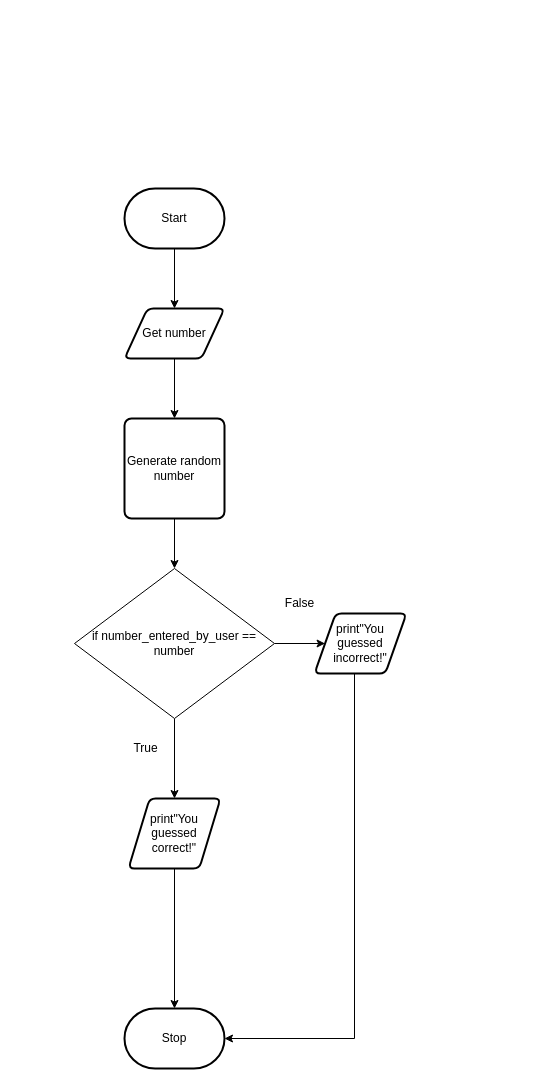
michael-clermont1/ICS3U-Unit4-01-Python keeps this draw.io diagram as flowchart.drawio. Above is the earlier version. Source tidied: cells renumbered, new cells numbered last; positions are measured from the earlier drawing's top-left corner, leaving out a move shared by most shapes. Both pictures are drawn from the tidied source at 100%, with x=0, y=0 at pixel (74, 188).
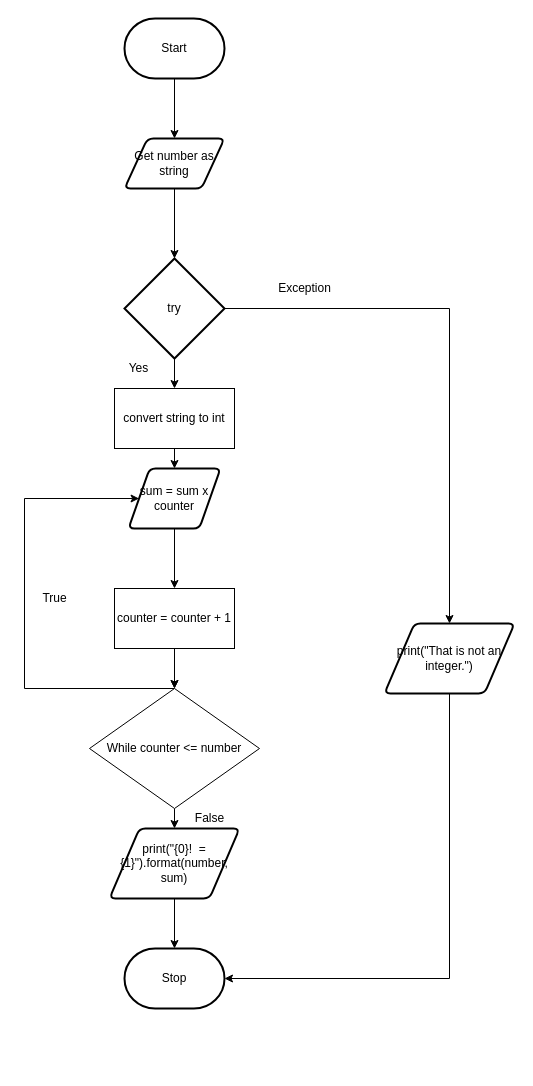
The same diagram, later.

The edit, as a diff of the source:
```diff
@@
-    <mxCell id="2" style="edgeStyle=orthogonalEdgeStyle;rounded=0;html=1;exitX=0.5;exitY=1;exitDx=0;exitDy=0;entryX=0.5;entryY=0;entryDx=0;entryDy=0;" parent="1" edge="1" source="3" target="17">
-      <mxGeometry relative="1" as="geometry" />
-    </mxCell>
+    <mxCell id="18" style="edgeStyle=orthogonalEdgeStyle;rounded=0;html=1;entryX=0.5;entryY=0;entryDx=0;entryDy=0;entryPerimeter=0;" parent="1" edge="1" source="3" target="27">
+      <mxGeometry relative="1" as="geometry" />
+    </mxCell>
-    <mxCell id="3" value="Get number" style="shape=parallelogram;html=1;strokeWidth=2;perimeter=parallelogramPerimeter;whiteSpace=wrap;rounded=1;arcSize=12;size=0.23;" parent="1" vertex="1">
-      <mxGeometry x="50" y="120" width="100" height="50" as="geometry" />
+    <mxCell id="3" value="Get number as string" style="shape=parallelogram;html=1;strokeWidth=2;perimeter=parallelogramPerimeter;whiteSpace=wrap;rounded=1;arcSize=12;size=0.23;" parent="1" vertex="1">
+      <mxGeometry x="50" y="-50" width="100" height="50" as="geometry" />
     </mxCell>
@@
     <mxCell id="5" value="Start" style="strokeWidth=2;html=1;shape=mxgraph.flowchart.terminator;whiteSpace=wrap;" parent="1" vertex="1">
-      <mxGeometry x="50" width="100" height="60" as="geometry" />
+      <mxGeometry x="50" y="-170" width="100" height="60" as="geometry" />
     </mxCell>
     <mxCell id="6" value="Stop" style="strokeWidth=2;html=1;shape=mxgraph.flowchart.terminator;whiteSpace=wrap;" parent="1" vertex="1">
-      <mxGeometry x="50" y="820" width="100" height="60" as="geometry" />
+      <mxGeometry x="50" y="760" width="100" height="60" as="geometry" />
     </mxCell>
-    <mxCell id="7" style="edgeStyle=orthogonalEdgeStyle;rounded=0;html=1;entryX=0.5;entryY=0;entryDx=0;entryDy=0;entryPerimeter=0;" parent="1" edge="1" source="8" target="6">
-      <mxGeometry relative="1" as="geometry" />
-    </mxCell>
-    <mxCell id="8" value="print&quot;You guessed correct!&quot;" style="shape=parallelogram;html=1;strokeWidth=2;perimeter=parallelogramPerimeter;whiteSpace=wrap;rounded=1;arcSize=12;size=0.23;" parent="1" vertex="1">
-      <mxGeometry x="54" y="610" width="92" height="70" as="geometry" />
-    </mxCell>
-    <mxCell id="9" style="edgeStyle=orthogonalEdgeStyle;rounded=0;html=1;entryX=1;entryY=0.5;entryDx=0;entryDy=0;entryPerimeter=0;" parent="1" edge="1" source="10" target="6">
-      <mxGeometry relative="1" as="geometry">
-        <Array as="points">
-          <mxPoint x="280" y="850" />
-        </Array>
-      </mxGeometry>
-    </mxCell>
+    <mxCell id="19" style="edgeStyle=none;html=1;entryX=0.5;entryY=0;entryDx=0;entryDy=0;" parent="1" edge="1" source="10" target="16">
+      <mxGeometry relative="1" as="geometry" />
+    </mxCell>
-    <mxCell id="10" value="print&quot;You guessed incorrect!&quot;" style="shape=parallelogram;html=1;strokeWidth=2;perimeter=parallelogramPerimeter;whiteSpace=wrap;rounded=1;arcSize=12;size=0.23;" parent="1" vertex="1">
-      <mxGeometry x="240" y="425" width="92" height="60" as="geometry" />
+    <mxCell id="10" value="sum = sum x counter" style="shape=parallelogram;html=1;strokeWidth=2;perimeter=parallelogramPerimeter;whiteSpace=wrap;rounded=1;arcSize=12;size=0.23;" parent="1" vertex="1">
+      <mxGeometry x="54" y="280" width="92" height="60" as="geometry" />
     </mxCell>
-    <mxCell id="11" style="edgeStyle=none;html=1;entryX=0.5;entryY=0;entryDx=0;entryDy=0;" parent="1" edge="1" source="13" target="8">
-      <mxGeometry relative="1" as="geometry" />
-    </mxCell>
-    <mxCell id="12" style="edgeStyle=orthogonalEdgeStyle;html=1;entryX=0;entryY=0.5;entryDx=0;entryDy=0;" parent="1" edge="1" source="13" target="10">
-      <mxGeometry relative="1" as="geometry" />
+    <mxCell id="12" style="edgeStyle=orthogonalEdgeStyle;rounded=0;html=1;entryX=0;entryY=0.5;entryDx=0;entryDy=0;" parent="1" edge="1" source="13" target="10">
+      <mxGeometry relative="1" as="geometry">
+        <Array as="points">
+          <mxPoint x="-50" y="500" />
+          <mxPoint x="-50" y="310" />
+        </Array>
+      </mxGeometry>
     </mxCell>
+    <mxCell id="20" style="edgeStyle=orthogonalEdgeStyle;rounded=0;html=1;entryX=0.5;entryY=0;entryDx=0;entryDy=0;" parent="1" edge="1" source="13" target="24">
+      <mxGeometry relative="1" as="geometry" />
+    </mxCell>
-    <mxCell id="13" value="&lt;span&gt;if number_entered_by_user == number&lt;/span&gt;" style="rhombus;whiteSpace=wrap;html=1;" parent="1" vertex="1">
-      <mxGeometry y="380" width="200" height="150" as="geometry" />
+    <mxCell id="13" value="While counter &amp;lt;= number" style="rhombus;whiteSpace=wrap;html=1;" parent="1" vertex="1">
+      <mxGeometry x="15" y="500" width="170" height="120" as="geometry" />
     </mxCell>
     <mxCell id="14" value="False" style="text;html=1;align=center;verticalAlign=middle;fillColor=none;strokeColor=none;rounded=0;" parent="1" vertex="1">
-      <mxGeometry x="200" y="405" width="50" height="20" as="geometry" />
+      <mxGeometry x="110" y="620" width="50" height="20" as="geometry" />
     </mxCell>
     <mxCell id="15" value="True" style="text;html=1;align=center;verticalAlign=middle;fillColor=none;strokeColor=none;rounded=0;" parent="1" vertex="1">
-      <mxGeometry x="51" y="550" width="40" height="20" as="geometry" />
+      <mxGeometry x="-40" y="400" width="40" height="20" as="geometry" />
     </mxCell>
+    <mxCell id="21" style="edgeStyle=none;html=1;entryX=0.5;entryY=0;entryDx=0;entryDy=0;" parent="1" edge="1" source="16" target="13">
+      <mxGeometry relative="1" as="geometry" />
+    </mxCell>
+    <mxCell id="22" style="edgeStyle=orthogonalEdgeStyle;rounded=0;html=1;" parent="1" edge="1" source="16" target="13">
+      <mxGeometry relative="1" as="geometry" />
+    </mxCell>
-    <mxCell id="16" style="edgeStyle=orthogonalEdgeStyle;rounded=0;html=1;entryX=0.5;entryY=0;entryDx=0;entryDy=0;" parent="1" edge="1" source="17" target="13">
-      <mxGeometry relative="1" as="geometry" />
+    <mxCell id="16" value="counter = counter + 1" style="rounded=0;whiteSpace=wrap;html=1;" parent="1" vertex="1">
+      <mxGeometry x="40" y="400" width="120" height="60" as="geometry" />
     </mxCell>
-    <mxCell id="17" value="Generate random number" style="rounded=1;whiteSpace=wrap;html=1;absoluteArcSize=1;arcSize=14;strokeWidth=2;" parent="1" vertex="1">
-      <mxGeometry x="50" y="230" width="100" height="100" as="geometry" />
-    </mxCell>
+    <mxCell id="23" style="edgeStyle=orthogonalEdgeStyle;rounded=0;html=1;entryX=0.5;entryY=0;entryDx=0;entryDy=0;entryPerimeter=0;" parent="1" edge="1" source="24" target="6">
+      <mxGeometry relative="1" as="geometry" />
+    </mxCell>
+    <mxCell id="24" value="print(&quot;{0}!&amp;nbsp; = {1}&quot;).format(number, sum)" style="shape=parallelogram;html=1;strokeWidth=2;perimeter=parallelogramPerimeter;whiteSpace=wrap;rounded=1;arcSize=12;size=0.23;" parent="1" vertex="1">
+      <mxGeometry x="35" y="640" width="130" height="70" as="geometry" />
+    </mxCell>
+    <mxCell id="25" style="edgeStyle=orthogonalEdgeStyle;html=1;entryX=0.5;entryY=0;entryDx=0;entryDy=0;rounded=0;" parent="1" edge="1" source="27" target="30">
+      <mxGeometry relative="1" as="geometry" />
+    </mxCell>
+    <mxCell id="26" style="edgeStyle=orthogonalEdgeStyle;rounded=0;html=1;entryX=0.5;entryY=0;entryDx=0;entryDy=0;" parent="1" edge="1" source="27" target="33">
+      <mxGeometry relative="1" as="geometry" />
+    </mxCell>
+    <mxCell id="27" value="try" style="strokeWidth=2;html=1;shape=mxgraph.flowchart.decision;whiteSpace=wrap;" parent="1" vertex="1">
+      <mxGeometry x="50" y="70" width="100" height="100" as="geometry" />
+    </mxCell>
+    <mxCell id="28" value="Yes" style="text;html=1;align=center;verticalAlign=middle;fillColor=none;strokeColor=none;rounded=0;" parent="1" vertex="1">
+      <mxGeometry x="44" y="170" width="40" height="20" as="geometry" />
+    </mxCell>
+    <mxCell id="29" style="edgeStyle=orthogonalEdgeStyle;rounded=0;html=1;entryX=1;entryY=0.5;entryDx=0;entryDy=0;entryPerimeter=0;" parent="1" edge="1" source="30" target="6">
+      <mxGeometry relative="1" as="geometry">
+        <Array as="points">
+          <mxPoint x="375" y="790" />
+        </Array>
+      </mxGeometry>
+    </mxCell>
+    <mxCell id="30" value="print(&quot;That is not an integer.&quot;)" style="shape=parallelogram;html=1;strokeWidth=2;perimeter=parallelogramPerimeter;whiteSpace=wrap;rounded=1;arcSize=12;size=0.23;" parent="1" vertex="1">
+      <mxGeometry x="310" y="435" width="130" height="70" as="geometry" />
+    </mxCell>
+    <mxCell id="31" value="Exception" style="text;html=1;align=center;verticalAlign=middle;fillColor=none;strokeColor=none;rounded=0;" parent="1" vertex="1">
+      <mxGeometry x="195" y="90" width="70" height="20" as="geometry" />
+    </mxCell>
+    <mxCell id="32" style="edgeStyle=orthogonalEdgeStyle;rounded=0;html=1;entryX=0.5;entryY=0;entryDx=0;entryDy=0;" parent="1" edge="1" source="33" target="10">
+      <mxGeometry relative="1" as="geometry" />
+    </mxCell>
+    <mxCell id="33" value="convert string to int" style="rounded=0;whiteSpace=wrap;html=1;" parent="1" vertex="1">
+      <mxGeometry x="40" y="200" width="120" height="60" as="geometry" />
+    </mxCell>
```
